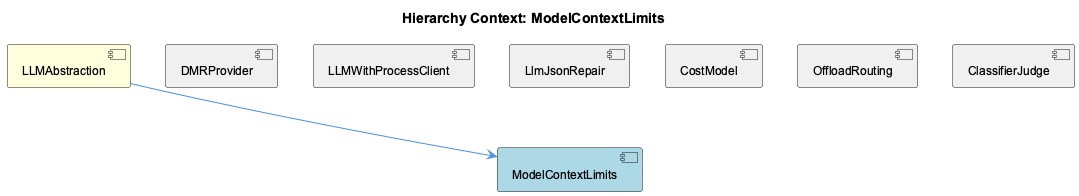
This is knowledge-management/insights/images/model-context-limits-relationship.png from fwornle/coding, a PlantUML export, as it was before one commit.
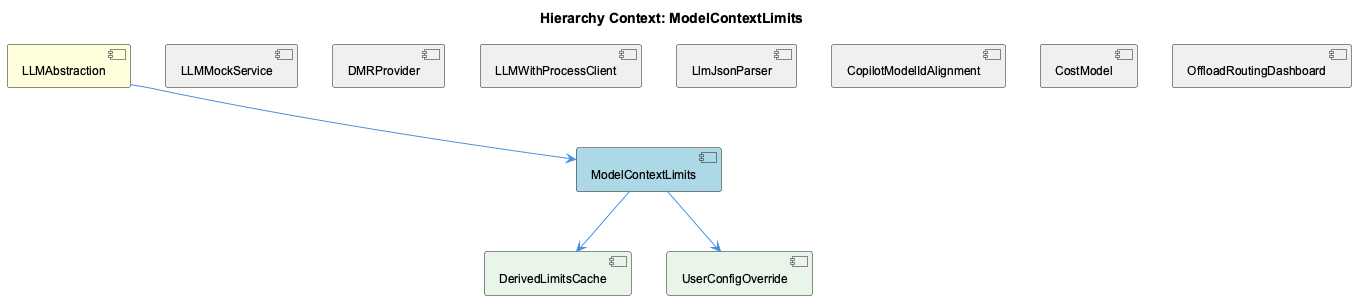
After the change.

What changed in the source:
```diff
@@ -5,19 +5,25 @@
 
 [LLMAbstraction] as llmabstraction #FFFFDD
 [ModelContextLimits] as model_context_limits #LightBlue
+[LLMMockService] as llmmock_service #F0F0F0
 [DMRProvider] as dmrprovider #F0F0F0
 [LLMWithProcessClient] as llmwith_process_client #F0F0F0
-[LlmJsonRepair] as llm_json_repair #F0F0F0
+[LlmJsonParser] as llm_json_parser #F0F0F0
+[CopilotModelIdAlignment] as copilot_model_id_alignment #F0F0F0
 [CostModel] as cost_model #F0F0F0
-[OffloadRouting] as offload_routing #F0F0F0
-[ClassifierJudge] as classifier_judge #F0F0F0
+[OffloadRoutingDashboard] as offload_routing_dashboard #F0F0F0
+[DerivedLimitsCache] as derived_limits_cache #E8F5E8
+[UserConfigOverride] as user_config_override #E8F5E8
 
 llmabstraction --> model_context_limits
+llmmock_service -[hidden]- model_context_limits
 dmrprovider -[hidden]- model_context_limits
 llmwith_process_client -[hidden]- model_context_limits
-llm_json_repair -[hidden]- model_context_limits
+llm_json_parser -[hidden]- model_context_limits
+copilot_model_id_alignment -[hidden]- model_context_limits
 cost_model -[hidden]- model_context_limits
-offload_routing -[hidden]- model_context_limits
-classifier_judge -[hidden]- model_context_limits
+offload_routing_dashboard -[hidden]- model_context_limits
+model_context_limits --> derived_limits_cache
+model_context_limits --> user_config_override
 
 @enduml
```
